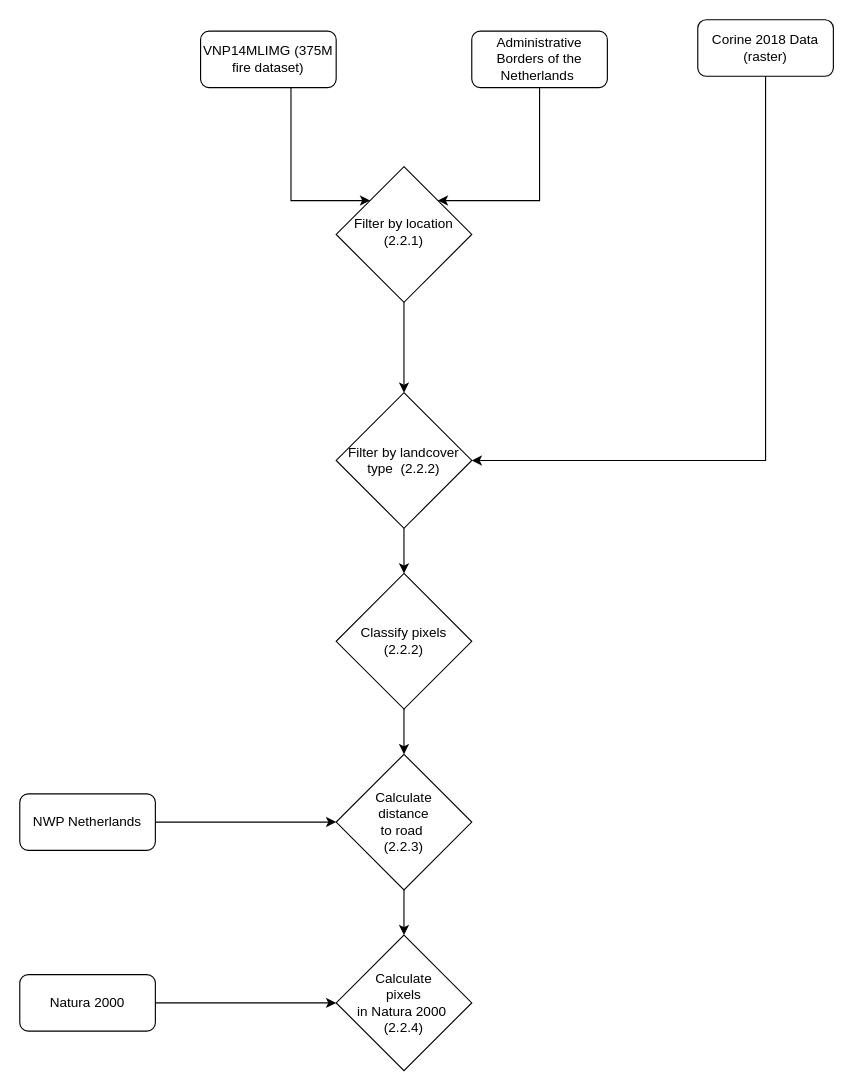
Before: Thesis/FlowCharts/FlowChartMasking.drawio in CUniversityaccount/ForestFireNetherlands, a draw.io diagram. Source tidied: cells renumbered, new cells numbered last; positions are measured from the earlier drawing's top-left corner, leaving out a move shared by most shapes. Both pictures are drawn from the tidied source at 113%, with x=0, y=0 at pixel (19, 19).
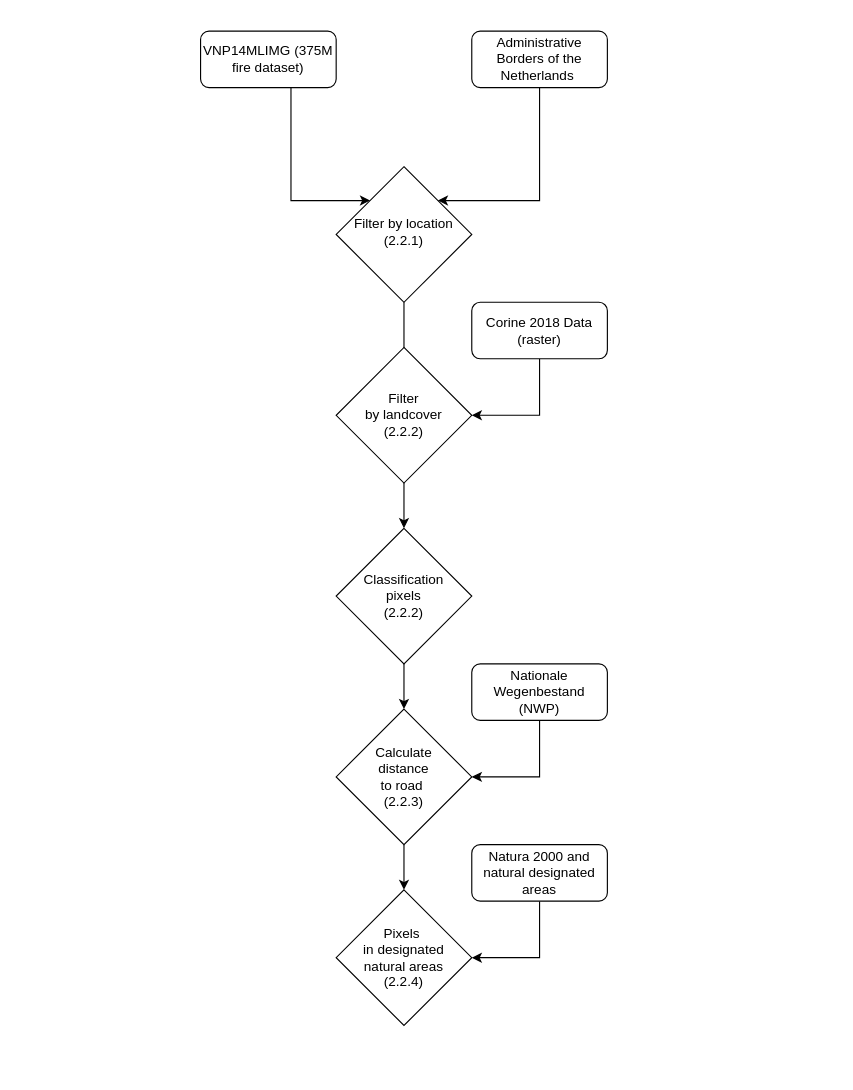
After the change.

What changed in the source:
```diff
@@
+    <mxCell id="19" style="edgeStyle=orthogonalEdgeStyle;rounded=0;jettySize=auto;html=1;entryX=1;entryY=0.5;entryDx=0;entryDy=0;" parent="1" edge="1" source="20" target="16">
+      <mxGeometry relative="1" as="geometry" />
+    </mxCell>
@@
     <mxCell id="6" style="edgeStyle=orthogonalEdgeStyle;rounded=0;jettySize=auto;html=1;exitX=0.5;exitY=1;exitDx=0;exitDy=0;entryX=1;entryY=0.5;entryDx=0;entryDy=0;" parent="1" edge="1" source="7" target="11">
       <mxGeometry relative="1" as="geometry">
         <Array as="points">
-          <mxPoint x="660" y="390" />
+          <mxPoint x="460" y="350" />
         </Array>
       </mxGeometry>
     </mxCell>
     <mxCell id="7" value="Corine 2018 Data&lt;br&gt;(raster)" style="rounded=1;whiteSpace=wrap;html=1;fontSize=12;glass=0;strokeWidth=1;shadow=0;" parent="1" vertex="1">
-      <mxGeometry x="600" width="120" height="50" as="geometry" />
+      <mxGeometry x="400" y="250" width="120" height="50" as="geometry" />
     </mxCell>
@@
-    <mxCell id="11" value="Filter by landcover type&amp;nbsp; (2.2.2)" style="rhombus;whiteSpace=wrap;html=1;" parent="1" vertex="1">
-      <mxGeometry x="280" y="330" width="120" height="120" as="geometry" />
+    <mxCell id="11" value="Filter &lt;br&gt;by landcover &lt;br&gt;(2.2.2)" style="rhombus;whiteSpace=wrap;html=1;" parent="1" vertex="1">
+      <mxGeometry x="280" y="290" width="120" height="120" as="geometry" />
     </mxCell>
@@
-    <mxCell id="13" value="Classify pixels&lt;br&gt;(2.2.2)" style="rhombus;whiteSpace=wrap;html=1;" parent="1" vertex="1">
-      <mxGeometry x="280" y="490" width="120" height="120" as="geometry" />
+    <mxCell id="13" value="Classification &lt;br&gt;pixels&lt;br&gt;(2.2.2)" style="rhombus;whiteSpace=wrap;html=1;" parent="1" vertex="1">
+      <mxGeometry x="280" y="450" width="120" height="120" as="geometry" />
     </mxCell>
@@
     <mxCell id="15" value="Calculate &lt;br&gt;distance&lt;br&gt;to road&amp;nbsp;&lt;br&gt;(2.2.3)" style="rhombus;whiteSpace=wrap;html=1;" parent="1" vertex="1">
-      <mxGeometry x="280" y="650" width="120" height="120" as="geometry" />
+      <mxGeometry x="280" y="610" width="120" height="120" as="geometry" />
     </mxCell>
-    <mxCell id="16" value="Calculate&lt;br&gt;pixels&lt;br&gt;in Natura 2000&amp;nbsp;&lt;br&gt;(2.2.4)" style="rhombus;whiteSpace=wrap;html=1;" parent="1" vertex="1">
-      <mxGeometry x="280" y="810" width="120" height="120" as="geometry" />
+    <mxCell id="16" value="Pixels&amp;nbsp;&lt;br&gt;in designated&lt;br&gt;natural areas&lt;br&gt;(2.2.4)" style="rhombus;whiteSpace=wrap;html=1;" parent="1" vertex="1">
+      <mxGeometry x="280" y="770" width="120" height="120" as="geometry" />
     </mxCell>
-    <mxCell id="17" style="edgeStyle=orthogonalEdgeStyle;rounded=0;jettySize=auto;html=1;exitX=1;exitY=0.5;exitDx=0;exitDy=0;" parent="1" edge="1" source="18" target="15">
+    <mxCell id="17" style="edgeStyle=orthogonalEdgeStyle;rounded=0;jettySize=auto;html=1;exitX=0.5;exitY=1;exitDx=0;exitDy=0;entryX=1;entryY=0.5;entryDx=0;entryDy=0;" parent="1" edge="1" source="18" target="15">
       <mxGeometry relative="1" as="geometry" />
     </mxCell>
-    <mxCell id="18" value="NWP Netherlands" style="rounded=1;whiteSpace=wrap;html=1;fontSize=12;glass=0;strokeWidth=1;shadow=0;" parent="1" vertex="1">
-      <mxGeometry y="685" width="120" height="50" as="geometry" />
+    <mxCell id="18" value="Nationale Wegenbestand (NWP)" style="rounded=1;whiteSpace=wrap;html=1;fontSize=12;glass=0;strokeWidth=1;shadow=0;" parent="1" vertex="1">
+      <mxGeometry x="400" y="570" width="120" height="50" as="geometry" />
     </mxCell>
-    <mxCell id="19" style="edgeStyle=orthogonalEdgeStyle;rounded=0;jettySize=auto;html=1;exitX=1;exitY=0.5;exitDx=0;exitDy=0;" parent="1" edge="1" source="20" target="16">
-      <mxGeometry relative="1" as="geometry" />
-    </mxCell>
-    <mxCell id="20" value="Natura 2000" style="rounded=1;whiteSpace=wrap;html=1;fontSize=12;glass=0;strokeWidth=1;shadow=0;" parent="1" vertex="1">
-      <mxGeometry y="845" width="120" height="50" as="geometry" />
+    <mxCell id="20" value="Natura 2000 and&lt;br&gt;natural designated areas" style="rounded=1;whiteSpace=wrap;html=1;fontSize=12;glass=0;strokeWidth=1;shadow=0;" parent="1" vertex="1">
+      <mxGeometry x="400" y="730" width="120" height="50" as="geometry" />
     </mxCell>
+    <mxCell id="21" style="edgeStyle=orthogonalEdgeStyle;rounded=0;orthogonalLoop=1;jettySize=auto;html=1;exitX=0.5;exitY=0;exitDx=0;exitDy=0;entryX=0.5;entryY=0;entryDx=0;entryDy=0;" parent="1" edge="1" source="16" target="16">
+      <mxGeometry relative="1" as="geometry" />
+    </mxCell>
```
